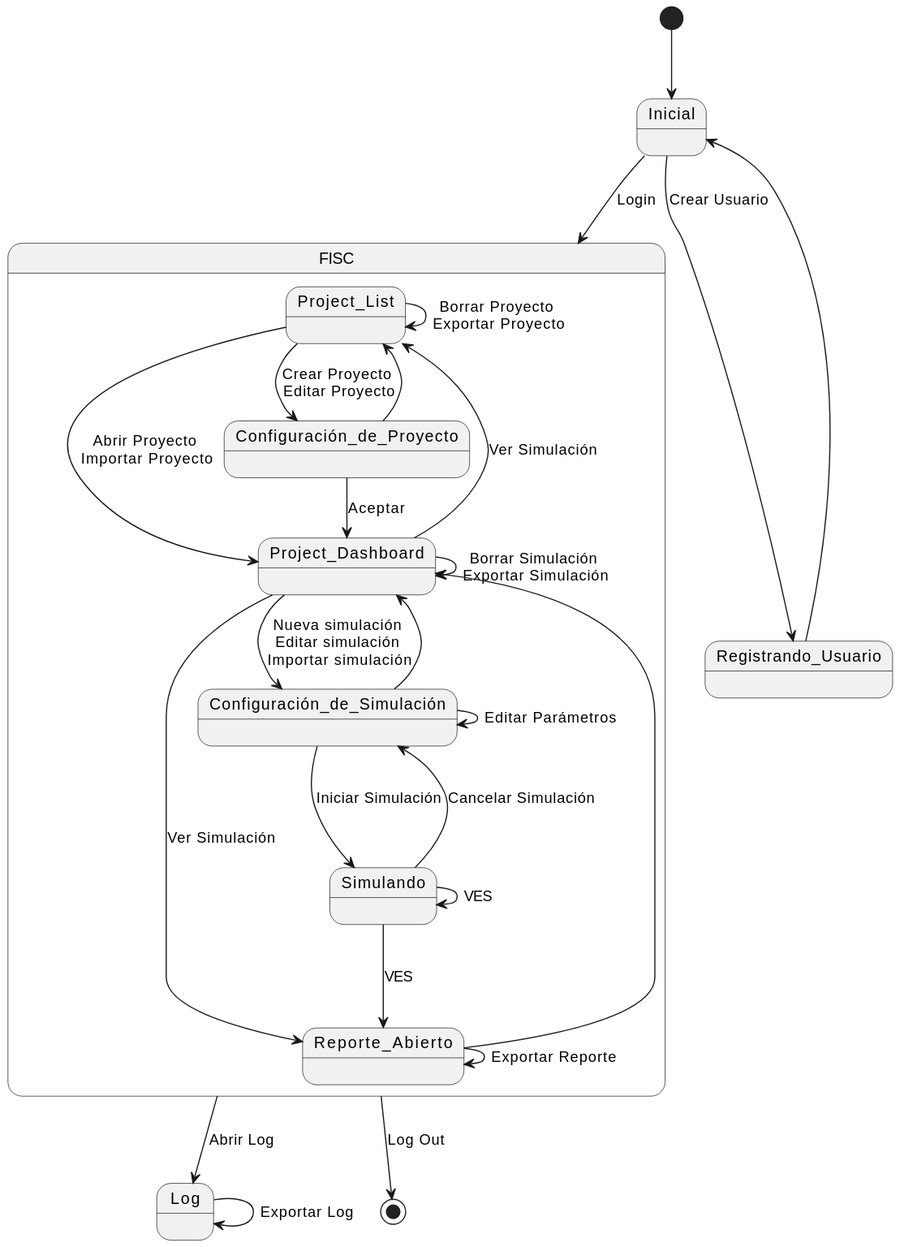
Above: imagenes/modelosUML/diagramaContexto.svg in mmasias/23-24-IdSw1-SDR (PlantUML), before the change.
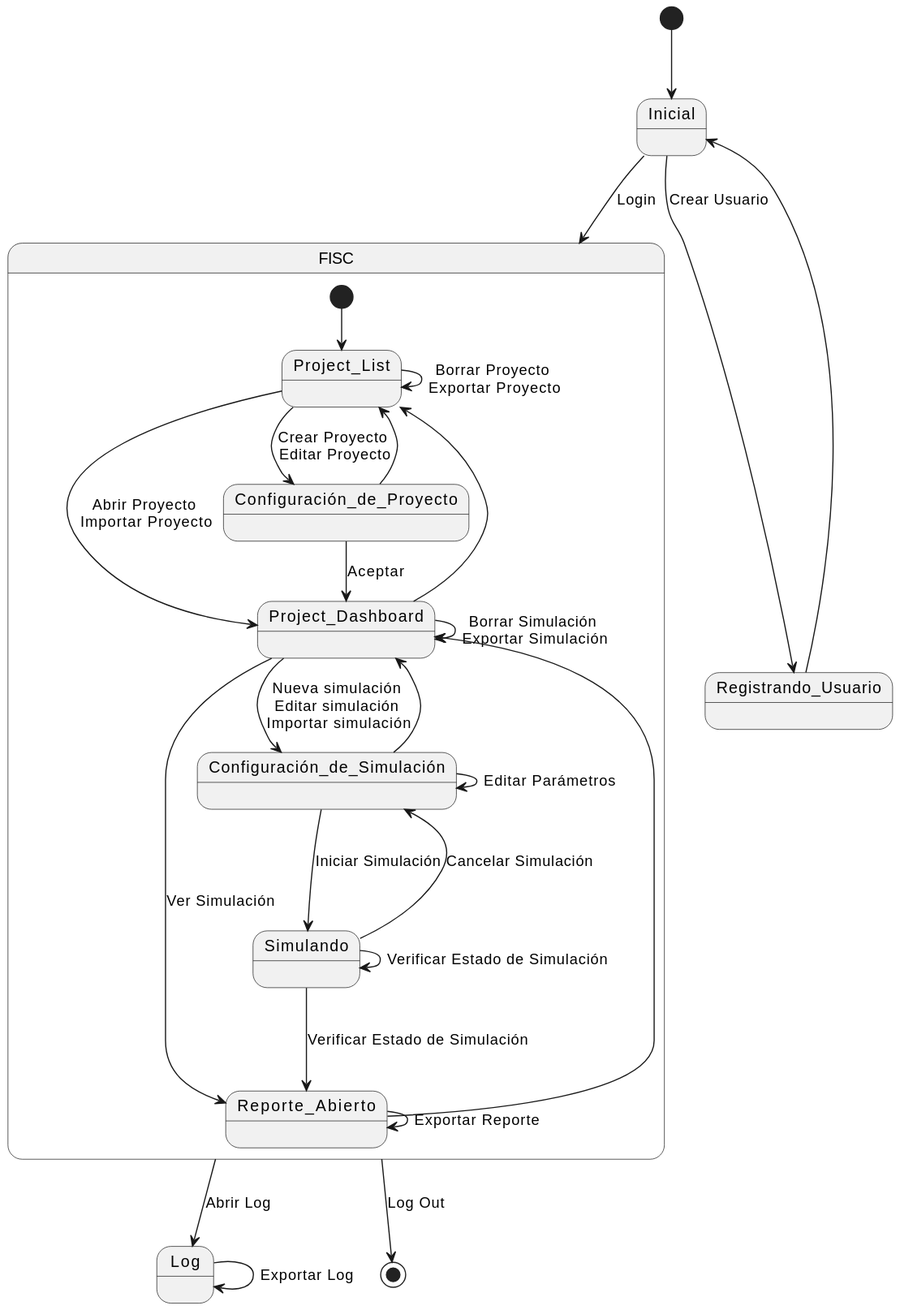
Later version of the same file.

Commit message:
Arreglos Diagrama de Contexto

Diff of the diagram source:
```diff
@@ -7,6 +7,8 @@
 Registrando_Usuario -d-> Inicial
 
 State FISC {
+[*] --> Project_List
+
 Project_List -d-> Project_Dashboard: Abrir Proyecto \nImportar Proyecto
 Project_List -d-> Configuración_de_Proyecto: Crear Proyecto \nEditar Proyecto
 Project_List -d-> Project_List: Borrar Proyecto \nExportar Proyecto
@@ -14,7 +16,7 @@
 Configuración_de_Proyecto -d-> Project_Dashboard: Aceptar
 Configuración_de_Proyecto -d-> Project_List
 
-Project_Dashboard -d-> Project_List: Ver Simulación
+Project_Dashboard -d-> Project_List
 Project_Dashboard -d-> Reporte_Abierto: Ver Simulación
 Project_Dashboard -d-> Configuración_de_Simulación: Nueva simulación \nEditar simulación \nImportar simulación
 Project_Dashboard ---> Project_Dashboard: Borrar Simulación \nExportar Simulación
@@ -24,8 +26,8 @@
 Configuración_de_Simulación -d-> Simulando: Iniciar Simulación
 
 Simulando ---> Configuración_de_Simulación: Cancelar Simulación
-Simulando ---> Simulando: VES
-Simulando ---> Reporte_Abierto: VES
+Simulando ---> Simulando: Verificar Estado de Simulación
+Simulando ---> Reporte_Abierto: Verificar Estado de Simulación
 
 Reporte_Abierto -d-> Reporte_Abierto: Exportar Reporte
 Reporte_Abierto -d-> Project_Dashboard
```
